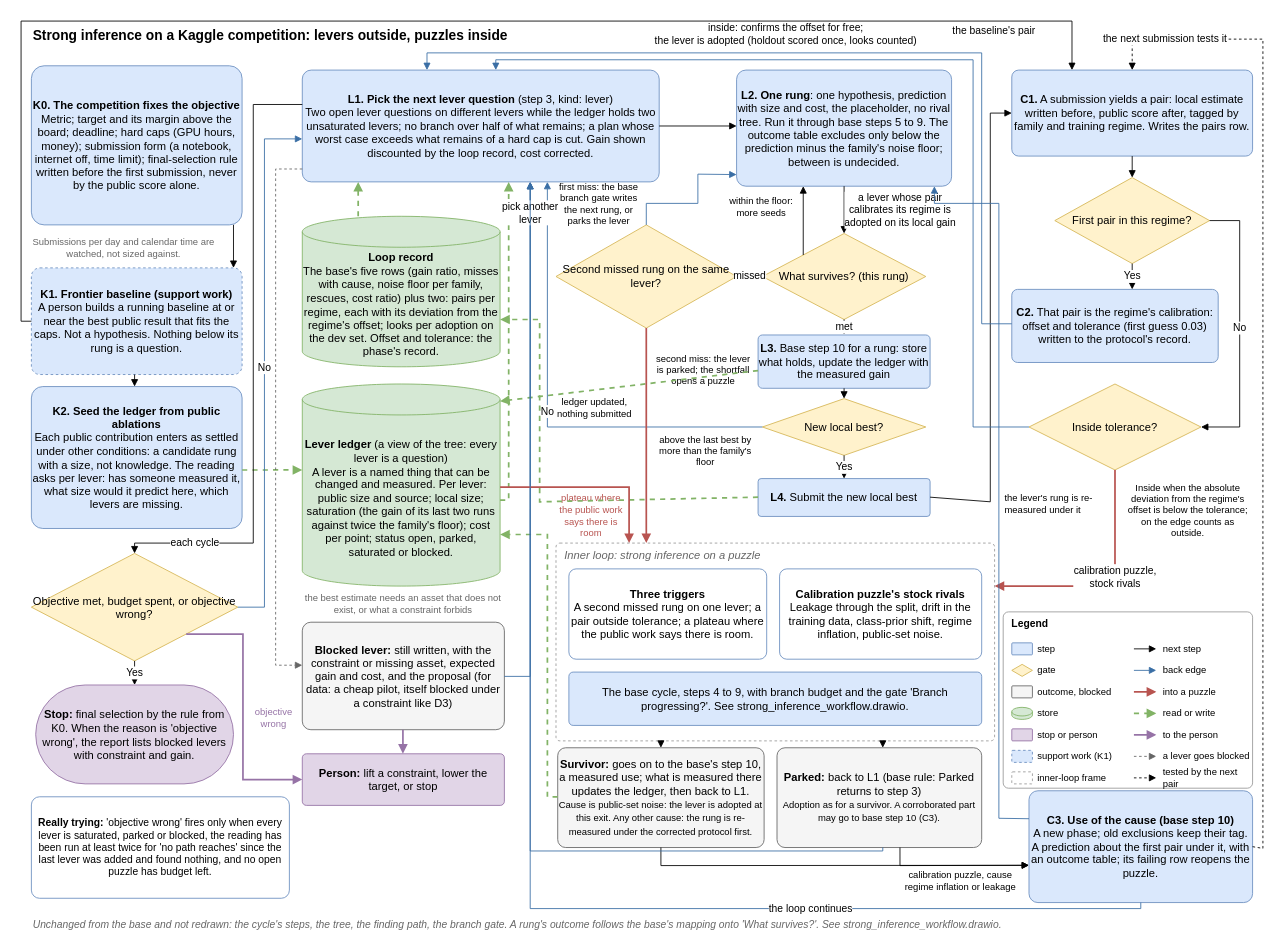
Before: strong_inference_kaggle_workflow.drawio in LucasCra/strong-inference-walkthrough, a draw.io diagram. Source tidied: cells renumbered, new cells numbered last; positions are measured from the earlier drawing's top-left corner, leaving out a move shared by most shapes. Both pictures are drawn from the tidied source at 86%, with x=0, y=0 at pixel (21, 21).
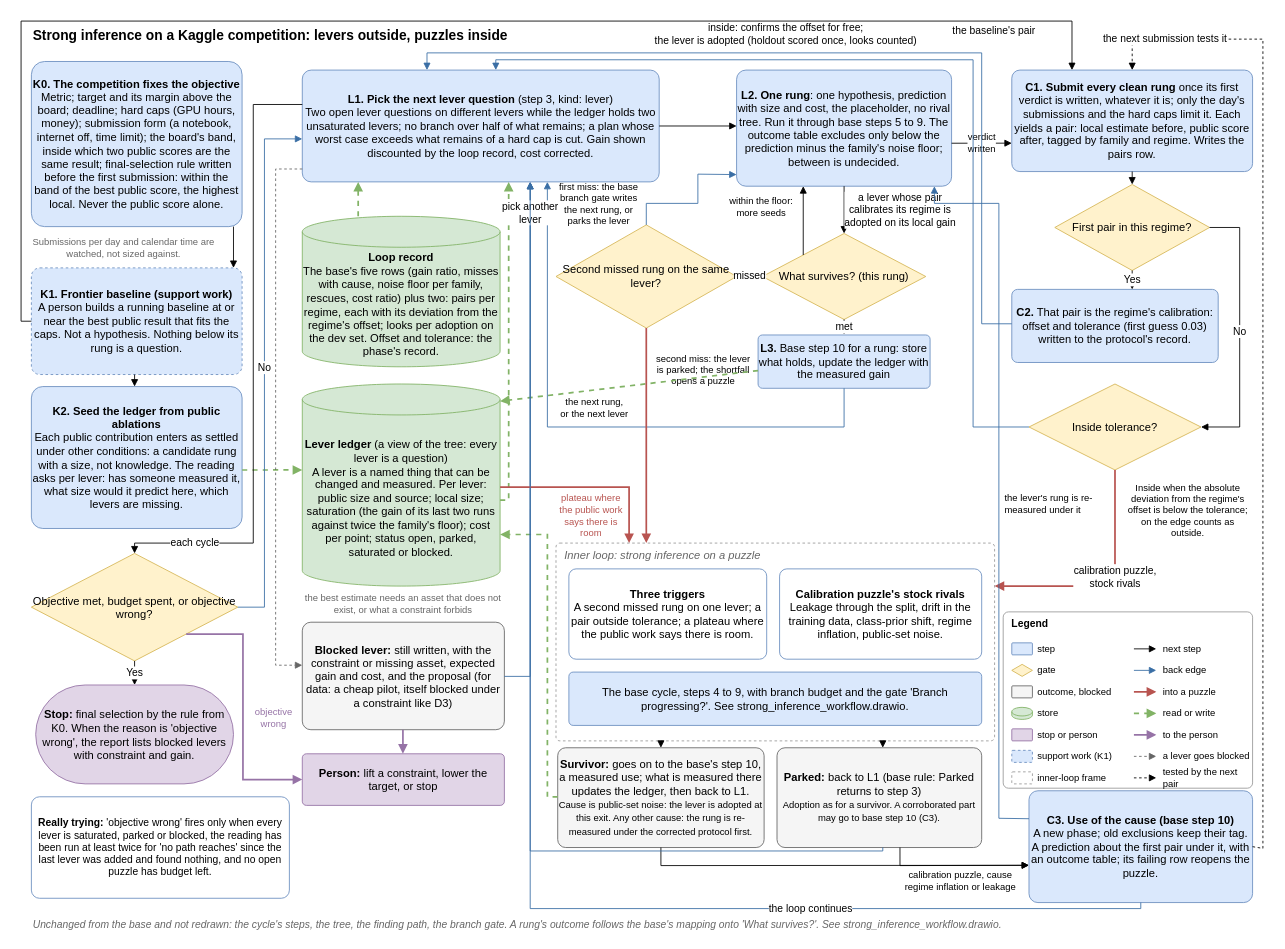
Above is the later version.

Commit message (it also covers changes not shown here):
Submit every clean rung on a competition, and drop the new-local-best gate

Mirrors ML-strong-inference-harness at 8aaba86.

Unchanged cells that the change refers to:
```xml
<mxCell id="8" value="&lt;b&gt;Loop record&lt;/b&gt;&lt;br&gt;The base's five rows (gain ratio, misses with cause, noise floor per family, rescues, cost ratio) plus two: pairs per regime, each with its deviation from the regime's offset; looks per adoption on the dev set. Offset and tolerance: the phase's record." style="shape=cylinder3;whiteSpace=wrap;html=1;boundedLbl=1;backgroundOutline=1;size=18;fillColor=#d5e8d4;strokeColor=#82b366;fontSize=13;" parent="1" vertex="1">
  <mxGeometry x="327" y="227" width="230" height="175" as="geometry" />
</mxCell>
<mxCell id="10" value="&lt;b&gt;L1. Pick the next lever question&lt;/b&gt; (step 3, kind: lever)&lt;br&gt;Two open lever questions on different levers while the ledger holds two unsaturated levers; no branch over half of what remains; a plan whose worst case exceeds what remains of a hard cap is cut. Gain shown discounted by the loop record, cost corrected." style="rounded=1;arcSize=8;whiteSpace=wrap;html=1;fillColor=#dae8fc;strokeColor=#6c8ebf;fontSize=13;" parent="1" vertex="1">
  <mxGeometry x="327" y="57" width="415" height="130" as="geometry" />
</mxCell>
<mxCell id="11" value="&lt;b&gt;L2. One rung&lt;/b&gt;: one hypothesis, prediction with size and cost, the placeholder, no rival tree. Run it through base steps 5 to 9. The outcome table excludes only below the prediction minus the family's noise floor; between is undecided." style="rounded=1;arcSize=8;whiteSpace=wrap;html=1;fillColor=#dae8fc;strokeColor=#6c8ebf;fontSize=13;" parent="1" vertex="1">
  <mxGeometry x="832" y="57" width="250" height="135" as="geometry" />
</mxCell>
<mxCell id="14" value="&lt;b&gt;L3.&lt;/b&gt; Base step 10 for a rung: store what holds, update the ledger with the measured gain" style="rounded=1;arcSize=8;whiteSpace=wrap;html=1;fillColor=#dae8fc;strokeColor=#6c8ebf;fontSize=13;" parent="1" vertex="1">
  <mxGeometry x="857" y="365" width="200" height="62" as="geometry" />
</mxCell>
<mxCell id="19" value="Inside tolerance?" style="rhombus;whiteSpace=wrap;html=1;fillColor=#fff2cc;strokeColor=#d6b656;fontSize=13;" parent="1" vertex="1">
  <mxGeometry x="1172" y="422" width="200" height="100" as="geometry" />
</mxCell>
```

Diff of the diagram source:
```diff
@@
-    <mxCell id="4" value="&lt;b&gt;K0. The competition fixes the objective&lt;/b&gt;&lt;br&gt;Metric; target and its margin above the board; deadline; hard caps (GPU hours, money); submission form (a notebook, internet off, time limit); final-selection rule written before the first submission, never by the public score alone." style="rounded=1;arcSize=8;whiteSpace=wrap;html=1;fillColor=#dae8fc;strokeColor=#6c8ebf;fontSize=13;" parent="1" vertex="1">
-      <mxGeometry x="12" y="52" width="245" height="185" as="geometry" />
+    <mxCell id="4" value="&lt;b&gt;K0. The competition fixes the objective&lt;/b&gt;&lt;br&gt;Metric; target and its margin above the board; deadline; hard caps (GPU hours, money); submission form (a notebook, internet off, time limit); the board's band, inside which two public scores are the same result; final-selection rule written before the first submission: within the band of the best public score, the highest local. Never the public score alone." style="rounded=1;arcSize=8;whiteSpace=wrap;html=1;fillColor=#dae8fc;strokeColor=#6c8ebf;fontSize=13;" parent="1" vertex="1">
+      <mxGeometry x="12" y="47" width="245" height="192" as="geometry" />
     </mxCell>
@@
-    <mxCell id="15" value="&lt;b&gt;L4.&lt;/b&gt; Submit the new local best" style="rounded=1;arcSize=8;whiteSpace=wrap;html=1;fillColor=#dae8fc;strokeColor=#6c8ebf;fontSize=13;" parent="1" vertex="1">
-      <mxGeometry x="857" y="532" width="200" height="44" as="geometry" />
-    </mxCell>
-    <mxCell id="16" value="&lt;b&gt;C1.&lt;/b&gt; A submission yields a pair: local estimate written before, public score after, tagged by family and training regime. Writes the pairs row." style="rounded=1;arcSize=8;whiteSpace=wrap;html=1;fillColor=#dae8fc;strokeColor=#6c8ebf;fontSize=13;" parent="1" vertex="1">
-      <mxGeometry x="1152" y="57" width="280" height="100" as="geometry" />
+    <mxCell id="16" value="&lt;b&gt;C1. Submit every clean rung&lt;/b&gt; once its first verdict is written, whatever it is; only the day's submissions and the hard caps limit it. Each yields a pair: local estimate before, public score after, tagged by family and regime. Writes the pairs row." style="rounded=1;arcSize=8;whiteSpace=wrap;html=1;fillColor=#dae8fc;strokeColor=#6c8ebf;fontSize=13;" parent="1" vertex="1">
+      <mxGeometry x="1152" y="57" width="280" height="118" as="geometry" />
     </mxCell>
     <mxCell id="17" value="First pair in this regime?" style="rhombus;whiteSpace=wrap;html=1;fillColor=#fff2cc;strokeColor=#d6b656;fontSize=13;" parent="1" vertex="1">
-      <mxGeometry x="1202" y="182" width="180" height="100" as="geometry" />
+      <mxGeometry x="1202" y="190" width="180" height="100" as="geometry" />
     </mxCell>
@@
-    <mxCell id="76" value="New local best?" style="rhombus;whiteSpace=wrap;html=1;fillColor=#fff2cc;strokeColor=#d6b656;fontSize=13;" parent="1" vertex="1">
-      <mxGeometry x="862" y="439" width="190" height="66" as="geometry" />
-    </mxCell>
-    <mxCell id="77" value="above the last best by more than the family's floor" style="text;html=1;whiteSpace=wrap;strokeColor=none;fillColor=none;align=center;verticalAlign=middle;rounded=0;fontSize=12;fontSize=11;" parent="1" vertex="1">
-      <mxGeometry x="737" y="479" width="118" height="42" as="geometry" />
-    </mxCell>
-    <mxCell id="78" value="Yes" style="edgeStyle=none;html=1;rounded=0;endArrow=block;exitX=0.5;exitY=1;exitDx=0;exitDy=0;entryX=0.5;entryY=0;entryDx=0;entryDy=0;labelBackgroundColor=#ffffff;fontSize=12;" parent="1" edge="1" source="76" target="15">
-      <mxGeometry relative="1" as="geometry" />
-    </mxCell>
-    <mxCell id="79" value="No" style="edgeStyle=none;html=1;rounded=0;endArrow=block;exitX=0;exitY=0.5;exitDx=0;exitDy=0;entryX=0.6867;entryY=1;entryDx=0;entryDy=0;strokeColor=#3a6ea5;labelBackgroundColor=#ffffff;fontSize=12;" parent="1" edge="1" source="76" target="10">
-      <mxGeometry relative="1" as="geometry">
-        <Array as="points">
-          <mxPoint x="612" y="472" />
-        </Array>
-      </mxGeometry>
-    </mxCell>
-    <mxCell id="80" value="ledger updated,&lt;br&gt;nothing submitted" style="text;html=1;whiteSpace=wrap;strokeColor=none;fillColor=none;align=center;verticalAlign=middle;rounded=0;fontSize=11;" parent="1" vertex="1">
-      <mxGeometry x="617" y="433" width="100" height="34" as="geometry" />
-    </mxCell>
+    <mxCell id="115" style="edgeStyle=none;html=1;rounded=0;endArrow=block;exitX=0.5;exitY=1;exitDx=0;exitDy=0;entryX=0.6867;entryY=1;entryDx=0;entryDy=0;strokeColor=#3a6ea5;labelBackgroundColor=#ffffff;fontSize=12;" parent="1" edge="1" source="14" target="10">
+      <mxGeometry relative="1" as="geometry">
+        <Array as="points">
+          <mxPoint x="957" y="472" />
+          <mxPoint x="612" y="472" />
+        </Array>
+      </mxGeometry>
+    </mxCell>
+    <mxCell id="116" value="the next rung,&lt;br&gt;or the next lever" style="text;html=1;whiteSpace=wrap;strokeColor=none;fillColor=none;align=center;verticalAlign=middle;rounded=0;fontSize=11;" parent="1" vertex="1">
+      <mxGeometry x="617" y="433" width="100" height="34" as="geometry" />
+    </mxCell>
@@
-    <mxCell id="83" style="edgeStyle=none;html=1;rounded=0;endArrow=block;exitX=0.5;exitY=1;exitDx=0;exitDy=0;entryX=0.5;entryY=0;entryDx=0;entryDy=0;" parent="1" edge="1" source="14" target="76">
-      <mxGeometry relative="1" as="geometry" />
-    </mxCell>
@@
-    <mxCell id="85" style="edgeStyle=none;html=1;rounded=0;endArrow=block;exitX=0;exitY=0.4909;exitDx=0;exitDy=0;entryX=1;entryY=0.6857;entryDx=0;entryDy=0;dashed=1;strokeColor=#82b366;strokeWidth=2;" parent="1" edge="1" source="15" target="8">
-      <mxGeometry relative="1" as="geometry">
-        <Array as="points">
-          <mxPoint x="603" y="559" />
-          <mxPoint x="603" y="347" />
-        </Array>
-      </mxGeometry>
-    </mxCell>
-    <mxCell id="86" style="edgeStyle=none;html=1;rounded=0;endArrow=block;exitX=1;exitY=0.4909;exitDx=0;exitDy=0;entryX=0;entryY=0.5;entryDx=0;entryDy=0;" parent="1" edge="1" source="15" target="16">
-      <mxGeometry relative="1" as="geometry">
-        <Array as="points">
-          <mxPoint x="1127" y="559" />
-          <mxPoint x="1127" y="107" />
-        </Array>
-      </mxGeometry>
-    </mxCell>
@@
+    <mxCell id="117" value="verdict&lt;br&gt;written" style="edgeStyle=none;html=1;rounded=0;endArrow=block;exitX=1;exitY=0.63;exitDx=0;exitDy=0;entryX=0;entryY=0.72;entryDx=0;entryDy=0;labelBackgroundColor=#ffffff;fontSize=11;" parent="1" edge="1" source="11" target="16">
+      <mxGeometry relative="1" as="geometry" />
+    </mxCell>
@@
     <mxCell id="91" value="No" style="edgeStyle=none;html=1;rounded=0;endArrow=block;exitX=1;exitY=0.5;exitDx=0;exitDy=0;entryX=1;entryY=0.5;entryDx=0;entryDy=0;labelBackgroundColor=#ffffff;fontSize=12;" parent="1" edge="1" source="17" target="19">
       <mxGeometry relative="1" as="geometry">
         <Array as="points">
-          <mxPoint x="1417" y="232" />
+          <mxPoint x="1417" y="240" />
           <mxPoint x="1417" y="472" />
         </Array>
       </mxGeometry>
     </mxCell>
```
